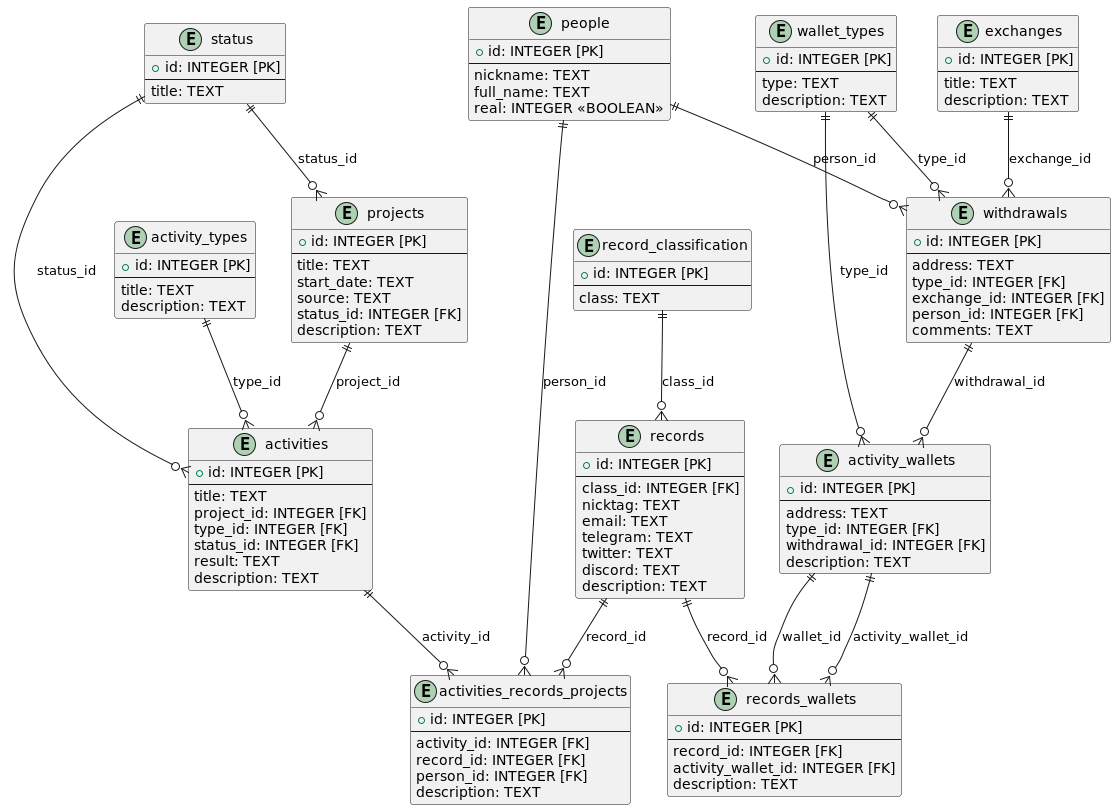
avkarcr/cryptohub keeps this PlantUML diagram as entity_relationship_model.png. Above is the earlier version.
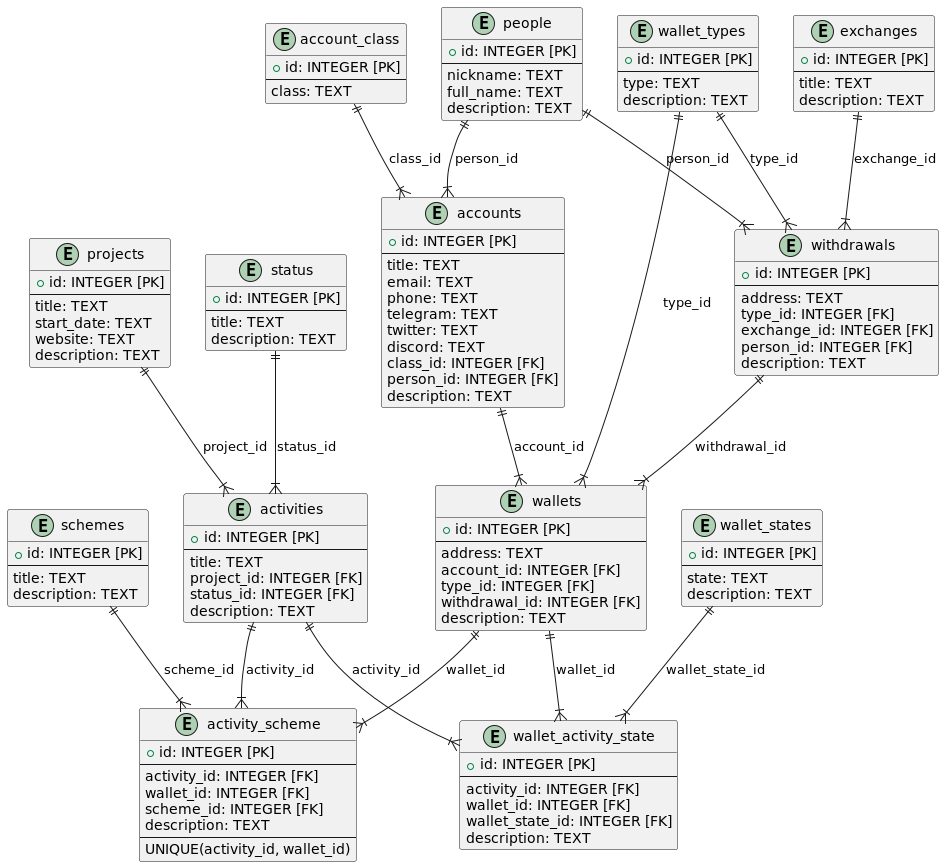
Above is the later version.

Change to the diagram source:
```diff
@@ -1,5 +1,21 @@
 @startuml
-entity activity_types {
+entity schemes {
+    +id: INTEGER [PK]
+    --
+    title: TEXT
+    description: TEXT
+}
+
+entity projects {
+    +id: INTEGER [PK]
+    --
+    title: TEXT
+    start_date: TEXT
+    website: TEXT
+    description: TEXT
+}
+
+entity status {
     +id: INTEGER [PK]
     --
     title: TEXT
@@ -11,41 +27,41 @@
     --
     title: TEXT
     project_id: INTEGER [FK]
-    type_id: INTEGER [FK]
-    status_id: INTEGER [FK]
-    result: TEXT
-    description: TEXT
-}
-
-entity projects {
-    +id: INTEGER [PK]
-    --
-    title: TEXT
-    start_date: TEXT
-    source: TEXT
     status_id: INTEGER [FK]
     description: TEXT
 }
 
-entity activities_records_projects {
+entity activity_scheme {
     +id: INTEGER [PK]
     --
     activity_id: INTEGER [FK]
-    record_id: INTEGER [FK]
-    person_id: INTEGER [FK]
+    wallet_id: INTEGER [FK]
+    scheme_id: INTEGER [FK]
+    description: TEXT
+    --
+    UNIQUE(activity_id, wallet_id)
+}
+
+entity wallet_states {
+    +id: INTEGER [PK]
+    --
+    state: TEXT
     description: TEXT
 }
 
-entity records {
+entity wallet_activity_state {
     +id: INTEGER [PK]
     --
-    class_id: INTEGER [FK]
-    nicktag: TEXT
-    email: TEXT
-    telegram: TEXT
-    twitter: TEXT
-    discord: TEXT
+    activity_id: INTEGER [FK]
+    wallet_id: INTEGER [FK]
+    wallet_state_id: INTEGER [FK]
     description: TEXT
+}
+
+entity account_class {
+    +id: INTEGER [PK]
+    --
+    class: TEXT
 }
 
 entity people {
@@ -53,23 +69,20 @@
     --
     nickname: TEXT
     full_name: TEXT
-    real: INTEGER <<BOOLEAN>>
-}
-
-entity records_wallets {
-    +id: INTEGER [PK]
-    --
-    record_id: INTEGER [FK]
-    activity_wallet_id: INTEGER [FK]
     description: TEXT
 }
 
-entity activity_wallets {
+entity accounts {
     +id: INTEGER [PK]
     --
-    address: TEXT
-    type_id: INTEGER [FK]
-    withdrawal_id: INTEGER [FK]
+    title: TEXT
+    email: TEXT
+    phone: TEXT
+    telegram: TEXT
+    twitter: TEXT
+    discord: TEXT
+    class_id: INTEGER [FK]
+    person_id: INTEGER [FK]
     description: TEXT
 }
 
@@ -94,35 +107,33 @@
     type_id: INTEGER [FK]
     exchange_id: INTEGER [FK]
     person_id: INTEGER [FK]
-    comments: TEXT
+    description: TEXT
 }
 
-entity status {
+entity wallets {
     +id: INTEGER [PK]
     --
-    title: TEXT
+    address: TEXT
+    account_id: INTEGER [FK]
+    type_id: INTEGER [FK]
+    withdrawal_id: INTEGER [FK]
+    description: TEXT
 }
 
-entity record_classification {
-    +id: INTEGER [PK]
-    --
-    class: TEXT
-}
-
-projects ||--o{ activities: "project_id"
-activity_types ||--o{ activities: "type_id"
-activities ||--o{ activities_records_projects: "activity_id"
-records ||--o{ activities_records_projects: "record_id"
-record_classification ||--o{ records: "class_id"
-people ||--o{ activities_records_projects: "person_id"
-people ||--o{ withdrawals: "person_id"
-records ||--o{ records_wallets: "record_id"
-activity_wallets ||--o{ records_wallets: "wallet_id"
-activity_wallets ||--o{ records_wallets: "activity_wallet_id"
-wallet_types ||--o{ activity_wallets: "type_id"
-exchanges ||--o{ withdrawals: "exchange_id"
-wallet_types ||--o{ withdrawals: "type_id"
-withdrawals ||--o{ activity_wallets: "withdrawal_id"
-status ||--o{ projects: "status_id"
-status ||--o{ activities: "status_id"
+schemes ||--|{ activity_scheme: "scheme_id"
+activities ||--|{ activity_scheme: "activity_id"
+wallets ||--|{ activity_scheme: "wallet_id"
+projects ||--|{ activities: "project_id"
+status ||--|{ activities: "status_id"
+wallets ||--|{ wallet_activity_state: "wallet_id"
+activities ||--|{ wallet_activity_state: "activity_id"
+wallet_states ||--|{ wallet_activity_state: "wallet_state_id"
+account_class ||--|{ accounts: "class_id"
+people ||--|{ accounts: "person_id"
+wallet_types ||--|{ withdrawals: "type_id"
+exchanges ||--|{ withdrawals: "exchange_id"
+people ||--|{ withdrawals: "person_id"
+accounts ||--|{ wallets: "account_id"
+wallet_types ||--|{ wallets: "type_id"
+withdrawals ||--|{ wallets: "withdrawal_id"
 @enduml
```
